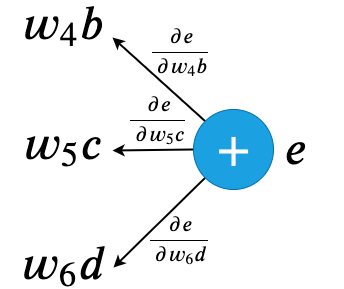
Above: img/2-understanding-computation-graph-and-autograd-gradient-computation.png in peiyaoli/images-repo (draw.io), before the change. Source tidied: cells renumbered, new cells last; positions are measured from the earlier drawing's top-left corner, leaving out a move shared by most shapes.
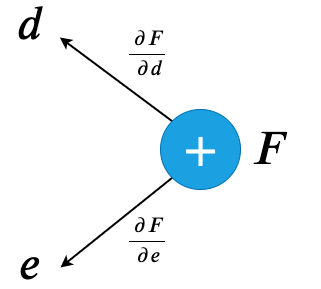
Later version of the same file.

What changed in the source:
```diff
@@ -5,35 +5,26 @@
     <mxCell id="2" style="edgeStyle=none;rounded=0;jettySize=auto;html=1;strokeWidth=2;exitX=0;exitY=0;exitDx=0;exitDy=0;entryX=0.99;entryY=0.933;entryDx=0;entryDy=0;entryPerimeter=0;" parent="1" edge="1" source="5" target="7">
       <mxGeometry relative="1" as="geometry" />
     </mxCell>
-    <mxCell id="3" style="edgeStyle=none;rounded=0;jettySize=auto;html=1;exitX=0;exitY=0.5;exitDx=0;exitDy=0;entryX=0.99;entryY=0.7;entryDx=0;entryDy=0;entryPerimeter=0;endArrow=classic;endFill=1;strokeWidth=2;" parent="1" edge="1" source="5" target="8">
-      <mxGeometry relative="1" as="geometry" />
-    </mxCell>
     <mxCell id="4" style="edgeStyle=none;rounded=0;jettySize=auto;html=1;exitX=0;exitY=1;exitDx=0;exitDy=0;endArrow=classic;endFill=1;strokeWidth=2;entryX=1;entryY=0.6;entryDx=0;entryDy=0;entryPerimeter=0;" parent="1" edge="1" source="5" target="9">
       <mxGeometry relative="1" as="geometry" />
     </mxCell>
     <mxCell id="5" value="&lt;font style=&quot;font-size: 40px&quot;&gt;`+`&lt;/font&gt;" style="ellipse;whiteSpace=wrap;html=1;fillColor=#1ba1e2;strokeColor=#006EAF;fontColor=#ffffff;" parent="1" vertex="1">
       <mxGeometry x="180" y="100" width="80" height="80" as="geometry" />
     </mxCell>
-    <mxCell id="6" value="&lt;font style=&quot;font-size: 40px&quot;&gt;`e`&lt;/font&gt;" style="text;html=1;align=left;verticalAlign=middle;" parent="1" vertex="1">
-      <mxGeometry x="270" y="125" width="60" height="30" as="geometry" />
+    <mxCell id="6" value="&lt;font style=&quot;font-size: 40px&quot;&gt;`F`&lt;/font&gt;" style="text;html=1;align=left;verticalAlign=middle;" parent="1" vertex="1">
+      <mxGeometry x="270" y="125" width="70" height="30" as="geometry" />
     </mxCell>
-    <mxCell id="7" value="&lt;font style=&quot;font-size: 40px&quot;&gt;`w_4b`&lt;/font&gt;" style="text;html=1;align=center;verticalAlign=middle;points=[];" parent="1" vertex="1">
-      <mxGeometry width="100" height="30" as="geometry" />
+    <mxCell id="7" value="&lt;font style=&quot;font-size: 40px&quot;&gt;`d`&lt;/font&gt;" style="text;html=1;align=center;verticalAlign=middle;points=[];" parent="1" vertex="1">
+      <mxGeometry x="20" width="60" height="30" as="geometry" />
     </mxCell>
-    <mxCell id="8" value="&lt;font style=&quot;font-size: 40px&quot;&gt;`w_5c`&lt;/font&gt;" style="text;html=1;align=center;verticalAlign=middle;points=[];" parent="1" vertex="1">
-      <mxGeometry y="120" width="100" height="30" as="geometry" />
-    </mxCell>
-    <mxCell id="9" value="&lt;font style=&quot;font-size: 40px&quot;&gt;`w_6d`&lt;/font&gt;" style="text;html=1;align=center;verticalAlign=middle;points=[];" parent="1" vertex="1">
-      <mxGeometry y="240" width="100" height="30" as="geometry" />
+    <mxCell id="9" value="&lt;font style=&quot;font-size: 40px&quot;&gt;`e`&lt;/font&gt;" style="text;html=1;align=center;verticalAlign=middle;points=[];" parent="1" vertex="1">
+      <mxGeometry x="20" y="240" width="60" height="30" as="geometry" />
     </mxCell>
-    <mxCell id="10" value="&lt;font style=&quot;font-size: 18px&quot;&gt;`\frac{\partiale}{\partialw_4b}`&lt;/font&gt;" style="text;html=1;align=center;verticalAlign=middle;" parent="1" vertex="1">
-      <mxGeometry x="42" y="33" width="250" height="20" as="geometry" />
+    <mxCell id="10" value="&lt;font style=&quot;font-size: 18px&quot;&gt;`\frac{\partialF}{\partiald}`&lt;/font&gt;" style="text;html=1;align=center;verticalAlign=middle;" parent="1" vertex="1">
+      <mxGeometry x="57" y="33" width="220" height="20" as="geometry" />
     </mxCell>
-    <mxCell id="11" value="&lt;font style=&quot;font-size: 18px&quot;&gt;`\frac{\partiale}{\partialw_5c}`&lt;/font&gt;" style="text;html=1;align=center;verticalAlign=middle;" parent="1" vertex="1">
-      <mxGeometry x="20" y="100" width="250" height="20" as="geometry" />
-    </mxCell>
-    <mxCell id="12" value="&lt;font style=&quot;font-size: 18px&quot;&gt;`\frac{\partiale}{\partialw_6d}`&lt;/font&gt;" style="text;html=1;align=center;verticalAlign=middle;" parent="1" vertex="1">
-      <mxGeometry x="42" y="220" width="250" height="20" as="geometry" />
+    <mxCell id="12" value="&lt;font style=&quot;font-size: 18px&quot;&gt;`\frac{\partialF}{\partiale}`&lt;/font&gt;" style="text;html=1;align=center;verticalAlign=middle;" parent="1" vertex="1">
+      <mxGeometry x="57" y="220" width="220" height="20" as="geometry" />
     </mxCell>
   </root>
 </mxGraphModel>
```
